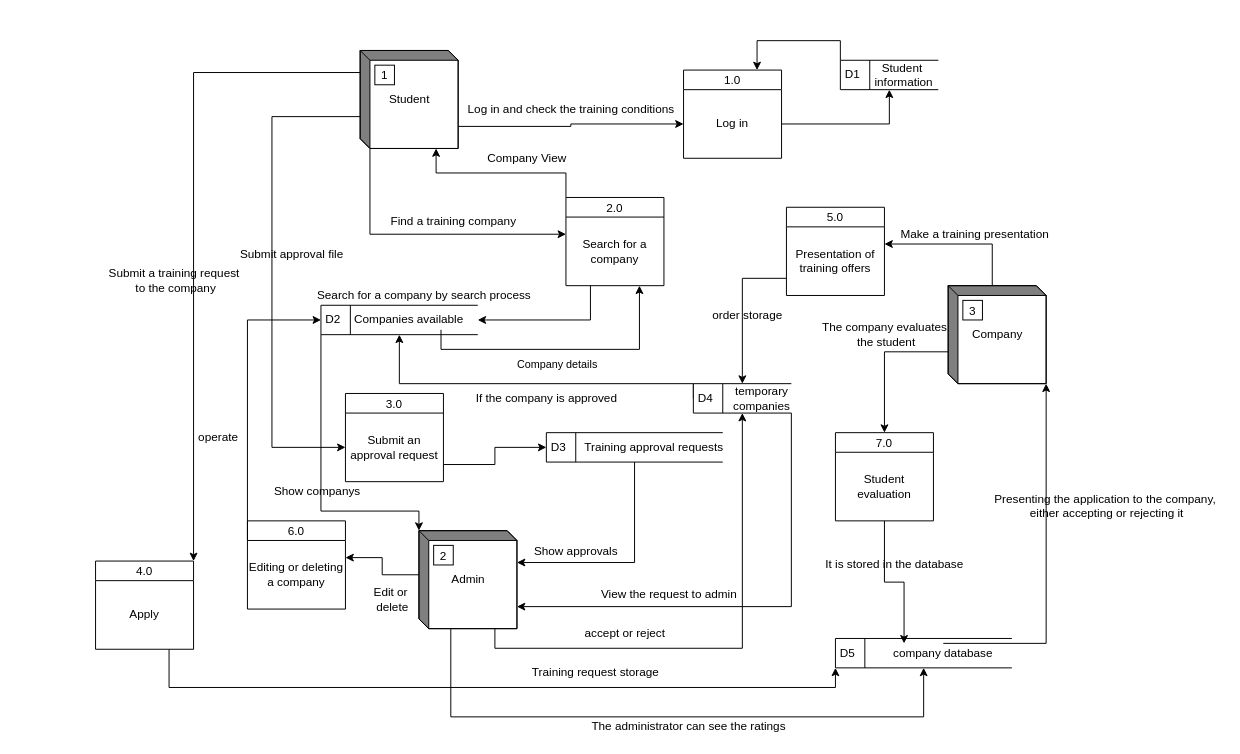
This is e-practical training/Diagram/Data flow.drawio from Mohammadalborini/final-project, a draw.io file, before an edit. Source tidied: cells renumbered, new cells numbered last; positions are measured from the earlier drawing's top-left corner, leaving out a move shared by most shapes. Both pictures are drawn from the tidied source at 98%, with x=0, y=0 at pixel (95, 50).
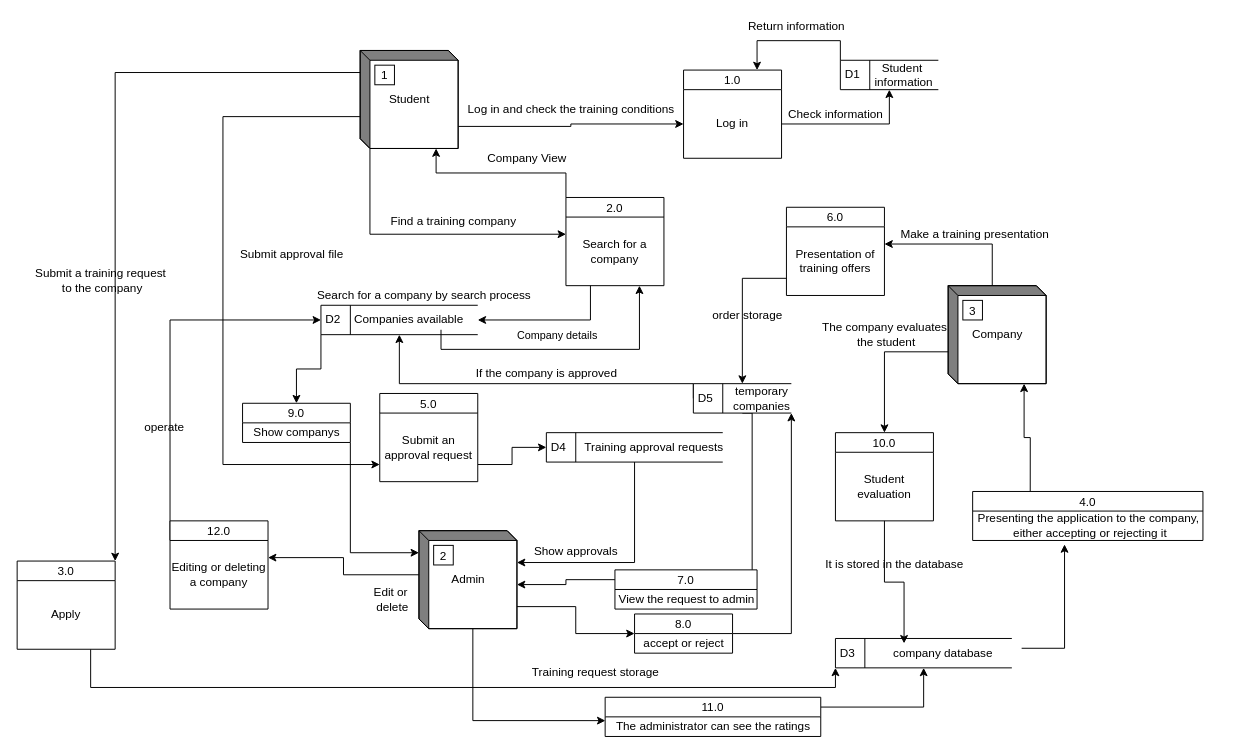
The same page after the edit.

The change refers to these unchanged cells:
```xml
<mxCell id="6" value="Student" style="html=1;dashed=0;whitespace=wrap;shape=mxgraph.dfd.externalEntity;" parent="1" vertex="1">
  <mxGeometry x="270" width="100" height="100" as="geometry" />
</mxCell>
<mxCell id="10" value="Company" style="html=1;dashed=0;whitespace=wrap;shape=mxgraph.dfd.externalEntity;" parent="1" vertex="1">
  <mxGeometry x="870" y="240" width="100" height="100" as="geometry" />
</mxCell>
<mxCell id="17" value="Admin" style="html=1;dashed=0;whitespace=wrap;shape=mxgraph.dfd.externalEntity;" parent="1" vertex="1">
  <mxGeometry x="330" y="490" width="100" height="100" as="geometry" />
</mxCell>
<mxCell id="27" value="D2" style="html=1;dashed=0;whitespace=wrap;shape=mxgraph.dfd.dataStoreID;align=left;spacingLeft=3;points=[[0,0],[0.5,0],[1,0],[0,0.5],[1,0.5],[0,1],[0.5,1],[1,1]];" parent="1" vertex="1">
  <mxGeometry x="230" y="260" width="160" height="30" as="geometry" />
</mxCell>
<mxCell id="34" style="edgeStyle=orthogonalEdgeStyle;rounded=0;jettySize=auto;html=1;exitX=0.75;exitY=1;exitDx=0;exitDy=0;entryX=0.75;entryY=1;entryDx=0;entryDy=0;" parent="1" edge="1" source="36" target="33">
  <mxGeometry relative="1" as="geometry" />
</mxCell>
<mxCell id="57" value="company database" style="text;html=1;strokeColor=none;fillColor=none;align=center;verticalAlign=middle;whiteSpace=wrap;rounded=0;" parent="1" vertex="1">
  <mxGeometry x="785" y="605" width="160" height="20" as="geometry" />
</mxCell>
```

Diff of the diagram source:
```diff
@@
-    <mxCell id="4" style="edgeStyle=orthogonalEdgeStyle;rounded=0;jettySize=auto;html=1;exitX=0;exitY=0;exitDx=0;exitDy=67.5;exitPerimeter=0;entryX=0;entryY=0.5;entryDx=0;entryDy=0;" parent="1" edge="1" source="6" target="42">
+    <mxCell id="4" style="edgeStyle=orthogonalEdgeStyle;rounded=0;jettySize=auto;html=1;exitX=0;exitY=0;exitDx=0;exitDy=67.5;exitPerimeter=0;entryX=0;entryY=0.75;entryDx=0;entryDy=0;" parent="1" edge="1" source="6" target="42">
       <mxGeometry relative="1" as="geometry">
         <Array as="points">
-          <mxPoint x="180" y="68" />
-          <mxPoint x="180" y="405" />
+          <mxPoint x="130" y="68" />
+          <mxPoint x="130" y="423" />
         </Array>
       </mxGeometry>
     </mxCell>
     <mxCell id="5" style="edgeStyle=orthogonalEdgeStyle;rounded=0;jettySize=auto;html=1;exitX=0;exitY=0;exitDx=0;exitDy=22.5;exitPerimeter=0;entryX=1;entryY=0;entryDx=0;entryDy=0;" parent="1" edge="1" source="6" target="63">
       <mxGeometry relative="1" as="geometry">
         <Array as="points">
-          <mxPoint x="100" y="23" />
+          <mxPoint x="20" y="22" />
         </Array>
       </mxGeometry>
     </mxCell>
@@
-    <mxCell id="14" style="edgeStyle=orthogonalEdgeStyle;rounded=0;jettySize=auto;html=1;exitX=0;exitY=0;exitDx=77.5;exitDy=100;exitPerimeter=0;entryX=0.5;entryY=1;entryDx=0;entryDy=0;" parent="1" edge="1" source="17" target="23">
-      <mxGeometry relative="1" as="geometry" />
-    </mxCell>
@@
-    <mxCell id="16" style="edgeStyle=orthogonalEdgeStyle;rounded=0;jettySize=auto;html=1;exitX=0;exitY=0;exitDx=32.5;exitDy=100;exitPerimeter=0;entryX=0.5;entryY=1;entryDx=0;entryDy=0;" parent="1" edge="1" source="17" target="55">
-      <mxGeometry relative="1" as="geometry">
-        <Array as="points">
-          <mxPoint x="363" y="680" />
-          <mxPoint x="845" y="680" />
-        </Array>
-      </mxGeometry>
-    </mxCell>
+    <mxCell id="77" style="edgeStyle=orthogonalEdgeStyle;rounded=0;jettySize=auto;html=1;exitX=0;exitY=0;exitDx=100;exitDy=77.5;exitPerimeter=0;entryX=0;entryY=0.5;entryDx=0;entryDy=0;" parent="1" edge="1" source="17" target="85">
+      <mxGeometry relative="1" as="geometry" />
+    </mxCell>
+    <mxCell id="78" style="edgeStyle=orthogonalEdgeStyle;rounded=0;jettySize=auto;html=1;exitX=0;exitY=0;exitDx=55;exitDy=100;exitPerimeter=0;entryX=0.001;entryY=0.192;entryDx=0;entryDy=0;entryPerimeter=0;" parent="1" edge="1" source="17" target="76">
+      <mxGeometry relative="1" as="geometry" />
+    </mxCell>
@@
-    <mxCell id="21" style="edgeStyle=orthogonalEdgeStyle;rounded=0;jettySize=auto;html=1;exitX=1;exitY=1;exitDx=0;exitDy=0;entryX=0;entryY=0;entryDx=100;entryDy=77.5;entryPerimeter=0;" parent="1" edge="1" source="23" target="17">
-      <mxGeometry relative="1" as="geometry" />
-    </mxCell>
@@
+    <mxCell id="79" style="edgeStyle=orthogonalEdgeStyle;rounded=0;jettySize=auto;html=1;exitX=0.5;exitY=1;exitDx=0;exitDy=0;entryX=1;entryY=0.25;entryDx=0;entryDy=0;" parent="1" edge="1" source="23" target="87">
+      <mxGeometry relative="1" as="geometry">
+        <Array as="points">
+          <mxPoint x="670" y="370" />
+          <mxPoint x="670" y="540" />
+        </Array>
+      </mxGeometry>
+    </mxCell>
-    <mxCell id="23" value="D4" style="html=1;dashed=0;whitespace=wrap;shape=mxgraph.dfd.dataStoreID;align=left;spacingLeft=3;points=[[0,0],[0.5,0],[1,0],[0,0.5],[1,0.5],[0,1],[0.5,1],[1,1]];" parent="1" vertex="1">
+    <mxCell id="23" value="D5" style="html=1;dashed=0;whitespace=wrap;shape=mxgraph.dfd.dataStoreID;align=left;spacingLeft=3;points=[[0,0],[0.5,0],[1,0],[0,0.5],[1,0.5],[0,1],[0.5,1],[1,1]];" parent="1" vertex="1">
       <mxGeometry x="610" y="340" width="100" height="30" as="geometry" />
     </mxCell>
@@
-    <mxCell id="25" value="D3" style="html=1;dashed=0;whitespace=wrap;shape=mxgraph.dfd.dataStoreID;align=left;spacingLeft=3;points=[[0,0],[0.5,0],[1,0],[0,0.5],[1,0.5],[0,1],[0.5,1],[1,1]];" parent="1" vertex="1">
+    <mxCell id="25" value="D4" style="html=1;dashed=0;whitespace=wrap;shape=mxgraph.dfd.dataStoreID;align=left;spacingLeft=3;points=[[0,0],[0.5,0],[1,0],[0,0.5],[1,0.5],[0,1],[0.5,1],[1,1]];" parent="1" vertex="1">
       <mxGeometry x="460" y="390" width="180" height="30" as="geometry" />
     </mxCell>
-    <mxCell id="26" style="edgeStyle=orthogonalEdgeStyle;rounded=0;jettySize=auto;html=1;exitX=0;exitY=1;exitDx=0;exitDy=0;entryX=0;entryY=0;entryDx=0;entryDy=0;entryPerimeter=0;" parent="1" edge="1" source="27" target="17">
-      <mxGeometry relative="1" as="geometry">
-        <Array as="points">
-          <mxPoint x="230" y="470" />
-          <mxPoint x="330" y="470" />
-        </Array>
-      </mxGeometry>
-    </mxCell>
+    <mxCell id="80" style="edgeStyle=orthogonalEdgeStyle;rounded=0;jettySize=auto;html=1;exitX=0;exitY=1;exitDx=0;exitDy=0;entryX=0.5;entryY=0;entryDx=0;entryDy=0;" parent="1" edge="1" source="27" target="91">
+      <mxGeometry relative="1" as="geometry" />
+    </mxCell>
@@
     <mxCell id="35" value="Company details" style="edgeLabel;html=1;align=center;verticalAlign=middle;" parent="34" vertex="1">
       <mxGeometry x="0.05" y="-3" relative="1" as="geometry">
-        <mxPoint x="-13.5" y="12" as="offset" />
+        <mxPoint x="-13.5" y="-18" as="offset" />
       </mxGeometry>
     </mxCell>
@@
-    <mxCell id="41" value="3.0" style="swimlane;fontStyle=0;horizontal=1;startSize=20;fillColor=#ffffff;swimlaneFillColor=#ffffff;" parent="1" vertex="1">
-      <mxGeometry x="255" y="350" width="100" height="90" as="geometry" />
-    </mxCell>
-    <mxCell id="42" value="Submit an approval request" style="text;html=1;strokeColor=none;fillColor=none;align=center;verticalAlign=middle;whiteSpace=wrap;rounded=0;" parent="41" vertex="1">
-      <mxGeometry y="20" width="100" height="70" as="geometry" />
-    </mxCell>
@@
-    <mxCell id="46" value="5.0" style="swimlane;fontStyle=0;horizontal=1;startSize=20;fillColor=#ffffff;swimlaneFillColor=#ffffff;" parent="1" vertex="1">
+    <mxCell id="46" value="6.0" style="swimlane;fontStyle=0;horizontal=1;startSize=20;fillColor=#ffffff;swimlaneFillColor=#ffffff;" parent="1" vertex="1">
       <mxGeometry x="705" y="160" width="100" height="90" as="geometry" />
     </mxCell>
@@
-    <mxCell id="52" value="View the request to admin" style="text;html=1;align=center;verticalAlign=middle;" parent="1" vertex="1">
-      <mxGeometry x="510" y="545" width="150" height="20" as="geometry" />
-    </mxCell>
     <mxCell id="53" value="Submit a training request&lt;br&gt;&amp;nbsp;to the company" style="text;html=1;align=center;verticalAlign=middle;" parent="1" vertex="1">
-      <mxGeometry x="5" y="220" width="150" height="30" as="geometry" />
+      <mxGeometry x="-70" y="220" width="150" height="30" as="geometry" />
     </mxCell>
@@
-    <mxCell id="55" value="D5" style="html=1;dashed=0;whitespace=wrap;shape=mxgraph.dfd.dataStoreID;align=left;spacingLeft=3;points=[[0,0],[0.5,0],[1,0],[0,0.5],[1,0.5],[0,1],[0.5,1],[1,1]];" parent="1" vertex="1">
+    <mxCell id="55" value="D3" style="html=1;dashed=0;whitespace=wrap;shape=mxgraph.dfd.dataStoreID;align=left;spacingLeft=3;points=[[0,0],[0.5,0],[1,0],[0,0.5],[1,0.5],[0,1],[0.5,1],[1,1]];" parent="1" vertex="1">
       <mxGeometry x="755" y="600" width="180" height="30" as="geometry" />
     </mxCell>
-    <mxCell id="56" style="edgeStyle=orthogonalEdgeStyle;rounded=0;jettySize=auto;html=1;entryX=1;entryY=1;entryDx=0;entryDy=0;entryPerimeter=0;exitX=0.5;exitY=0;exitDx=0;exitDy=0;" parent="1" edge="1" source="57" target="10">
-      <mxGeometry relative="1" as="geometry">
-        <Array as="points">
-          <mxPoint x="970" y="605" />
-        </Array>
-      </mxGeometry>
-    </mxCell>
+    <mxCell id="81" style="edgeStyle=orthogonalEdgeStyle;rounded=0;jettySize=auto;html=1;exitX=1;exitY=0.25;exitDx=0;exitDy=0;entryX=0.399;entryY=1.134;entryDx=0;entryDy=0;entryPerimeter=0;" parent="1" edge="1" source="57" target="58">
+      <mxGeometry relative="1" as="geometry" />
+    </mxCell>
@@
-    <mxCell id="58" value="Presenting the application to the company,&lt;br&gt;&amp;nbsp;either accepting or rejecting it" style="text;html=1;align=center;verticalAlign=middle;points=[];" parent="1" vertex="1">
-      <mxGeometry x="910" y="450" width="240" height="30" as="geometry" />
-    </mxCell>
@@
-    <mxCell id="60" value="accept or reject" style="text;html=1;align=center;verticalAlign=middle;" parent="1" vertex="1">
-      <mxGeometry x="490" y="585" width="100" height="20" as="geometry" />
-    </mxCell>
@@
     <mxCell id="62" value="If the company is approved" style="text;html=1;align=center;verticalAlign=middle;" parent="1" vertex="1">
-      <mxGeometry x="380" y="345" width="160" height="20" as="geometry" />
+      <mxGeometry x="380" y="320" width="160" height="20" as="geometry" />
     </mxCell>
-    <mxCell id="63" value="4.0" style="swimlane;fontStyle=0;horizontal=1;startSize=20;fillColor=#ffffff;swimlaneFillColor=#ffffff;" parent="1" vertex="1">
-      <mxGeometry y="521" width="100" height="90" as="geometry" />
-    </mxCell>
-    <mxCell id="64" value="Apply" style="text;html=1;strokeColor=none;fillColor=none;align=center;verticalAlign=middle;whiteSpace=wrap;rounded=0;" parent="63" vertex="1">
-      <mxGeometry y="20" width="100" height="70" as="geometry" />
-    </mxCell>
-    <mxCell id="65" value="6.0" style="swimlane;fontStyle=0;horizontal=1;startSize=20;fillColor=#ffffff;swimlaneFillColor=#ffffff;" parent="1" vertex="1">
-      <mxGeometry x="155" y="480" width="100" height="90" as="geometry" />
-    </mxCell>
-    <mxCell id="66" value="Editing or deleting a company" style="text;html=1;strokeColor=none;fillColor=none;align=center;verticalAlign=middle;whiteSpace=wrap;rounded=0;" parent="65" vertex="1">
-      <mxGeometry y="20" width="100" height="70" as="geometry" />
-    </mxCell>
@@
-    <mxCell id="69" value="Show companys" style="text;html=1;align=center;verticalAlign=middle;" parent="1" vertex="1">
-      <mxGeometry x="176" y="440" width="100" height="20" as="geometry" />
-    </mxCell>
     <mxCell id="70" value="operate" style="text;html=1;align=center;verticalAlign=middle;" parent="1" vertex="1">
-      <mxGeometry x="95" y="385" width="60" height="20" as="geometry" />
+      <mxGeometry x="40" y="375" width="60" height="20" as="geometry" />
     </mxCell>
-    <mxCell id="71" value="7.0" style="swimlane;fontStyle=0;horizontal=1;startSize=20;fillColor=#ffffff;swimlaneFillColor=#ffffff;" parent="1" vertex="1">
+    <mxCell id="71" value="10.0" style="swimlane;fontStyle=0;horizontal=1;startSize=20;fillColor=#ffffff;swimlaneFillColor=#ffffff;" parent="1" vertex="1">
       <mxGeometry x="755" y="390" width="100" height="90" as="geometry" />
     </mxCell>
@@
+    <mxCell id="82" value="Check information" style="text;html=1;align=center;verticalAlign=middle;" parent="1" vertex="1">
+      <mxGeometry x="700" y="55" width="110" height="20" as="geometry" />
+    </mxCell>
+    <mxCell id="83" value="Return information" style="text;html=1;align=center;verticalAlign=middle;" parent="1" vertex="1">
+      <mxGeometry x="660" y="-34" width="110" height="20" as="geometry" />
+    </mxCell>
+    <mxCell id="84" style="edgeStyle=orthogonalEdgeStyle;rounded=0;jettySize=auto;html=1;exitX=1;exitY=0.5;exitDx=0;exitDy=0;entryX=1;entryY=1;entryDx=0;entryDy=0;" parent="1" edge="1" source="85" target="23">
+      <mxGeometry relative="1" as="geometry" />
+    </mxCell>
+    <mxCell id="85" value="8.0" style="swimlane;fontStyle=0;horizontal=1;startSize=20;fillColor=#ffffff;swimlaneFillColor=#ffffff;" parent="1" vertex="1">
+      <mxGeometry x="550" y="575" width="100" height="40" as="geometry" />
+    </mxCell>
+    <mxCell id="60" value="accept or reject" style="text;html=1;align=center;verticalAlign=middle;" parent="85" vertex="1">
+      <mxGeometry y="20" width="100" height="20" as="geometry" />
+    </mxCell>
+    <mxCell id="86" style="edgeStyle=orthogonalEdgeStyle;rounded=0;jettySize=auto;html=1;exitX=0;exitY=0.25;exitDx=0;exitDy=0;entryX=0;entryY=0;entryDx=100;entryDy=55;entryPerimeter=0;" parent="1" edge="1" source="87" target="17">
+      <mxGeometry relative="1" as="geometry" />
+    </mxCell>
+    <mxCell id="87" value="7.0" style="swimlane;fontStyle=0;horizontal=1;startSize=20;fillColor=#ffffff;swimlaneFillColor=#ffffff;" parent="1" vertex="1">
+      <mxGeometry x="530" y="530" width="145" height="40" as="geometry" />
+    </mxCell>
+    <mxCell id="52" value="View the request to admin" style="text;html=1;align=center;verticalAlign=middle;" parent="87" vertex="1">
+      <mxGeometry y="20" width="145" height="20" as="geometry" />
+    </mxCell>
+    <mxCell id="88" style="edgeStyle=orthogonalEdgeStyle;rounded=0;jettySize=auto;html=1;exitX=1;exitY=0.25;exitDx=0;exitDy=0;entryX=0.5;entryY=1;entryDx=0;entryDy=0;" parent="1" edge="1" source="89" target="55">
+      <mxGeometry relative="1" as="geometry" />
+    </mxCell>
+    <mxCell id="89" value="11.0" style="swimlane;fontStyle=0;horizontal=1;startSize=20;fillColor=#ffffff;swimlaneFillColor=#ffffff;" parent="1" vertex="1">
+      <mxGeometry x="520" y="660" width="220" height="40" as="geometry" />
+    </mxCell>
-    <mxCell id="76" value="The administrator can see the ratings" style="text;html=1;align=center;verticalAlign=middle;points=[];" parent="1" vertex="1">
-      <mxGeometry x="500" y="680" width="210" height="20" as="geometry" />
+    <mxCell id="76" value="The administrator can see the ratings" style="text;html=1;align=center;verticalAlign=middle;points=[];" parent="89" vertex="1">
+      <mxGeometry y="20" width="220" height="20" as="geometry" />
     </mxCell>
+    <mxCell id="63" value="3.0" style="swimlane;fontStyle=0;horizontal=1;startSize=20;fillColor=#ffffff;swimlaneFillColor=#ffffff;" parent="1" vertex="1">
+      <mxGeometry x="-80" y="521" width="100" height="90" as="geometry" />
+    </mxCell>
+    <mxCell id="64" value="Apply" style="text;html=1;strokeColor=none;fillColor=none;align=center;verticalAlign=middle;whiteSpace=wrap;rounded=0;" parent="63" vertex="1">
+      <mxGeometry y="20" width="100" height="70" as="geometry" />
+    </mxCell>
+    <mxCell id="65" value="12.0" style="swimlane;fontStyle=0;horizontal=1;startSize=20;fillColor=#ffffff;swimlaneFillColor=#ffffff;" parent="1" vertex="1">
+      <mxGeometry x="76" y="480" width="100" height="90" as="geometry" />
+    </mxCell>
+    <mxCell id="66" value="Editing or deleting a company" style="text;html=1;strokeColor=none;fillColor=none;align=center;verticalAlign=middle;whiteSpace=wrap;rounded=0;" parent="65" vertex="1">
+      <mxGeometry y="20" width="100" height="70" as="geometry" />
+    </mxCell>
+    <mxCell id="41" value="5.0" style="swimlane;fontStyle=0;horizontal=1;startSize=20;fillColor=#ffffff;swimlaneFillColor=#ffffff;" parent="1" vertex="1">
+      <mxGeometry x="290" y="350" width="100" height="90" as="geometry" />
+    </mxCell>
+    <mxCell id="42" value="Submit an approval request" style="text;html=1;strokeColor=none;fillColor=none;align=center;verticalAlign=middle;whiteSpace=wrap;rounded=0;" parent="41" vertex="1">
+      <mxGeometry y="20" width="100" height="70" as="geometry" />
+    </mxCell>
+    <mxCell id="90" style="edgeStyle=orthogonalEdgeStyle;rounded=0;jettySize=auto;html=1;exitX=1;exitY=1;exitDx=0;exitDy=0;entryX=0;entryY=0;entryDx=0;entryDy=22.5;entryPerimeter=0;" parent="1" edge="1" source="91" target="17">
+      <mxGeometry relative="1" as="geometry" />
+    </mxCell>
+    <mxCell id="91" value="9.0" style="swimlane;fontStyle=0;horizontal=1;startSize=20;fillColor=#ffffff;swimlaneFillColor=#ffffff;" parent="1" vertex="1">
+      <mxGeometry x="150" y="360" width="110" height="40" as="geometry" />
+    </mxCell>
+    <mxCell id="69" value="Show companys" style="text;html=1;align=center;verticalAlign=middle;" parent="91" vertex="1">
+      <mxGeometry y="20" width="110" height="20" as="geometry" />
+    </mxCell>
+    <mxCell id="92" style="edgeStyle=orthogonalEdgeStyle;rounded=0;jettySize=auto;html=1;exitX=0.25;exitY=0;exitDx=0;exitDy=0;entryX=0;entryY=0;entryDx=77.5;entryDy=100;entryPerimeter=0;" parent="1" edge="1" source="93" target="10">
+      <mxGeometry relative="1" as="geometry" />
+    </mxCell>
+    <mxCell id="93" value="4.0" style="swimlane;fontStyle=0;horizontal=1;startSize=20;fillColor=#ffffff;swimlaneFillColor=#ffffff;" parent="1" vertex="1">
+      <mxGeometry x="895" y="450" width="235" height="50" as="geometry" />
+    </mxCell>
+    <mxCell id="58" value="Presenting the application to the company,&lt;br&gt;&amp;nbsp;either accepting or rejecting it" style="text;html=1;align=center;verticalAlign=middle;points=[];" parent="93" vertex="1">
+      <mxGeometry y="20" width="235" height="30" as="geometry" />
+    </mxCell>
```
